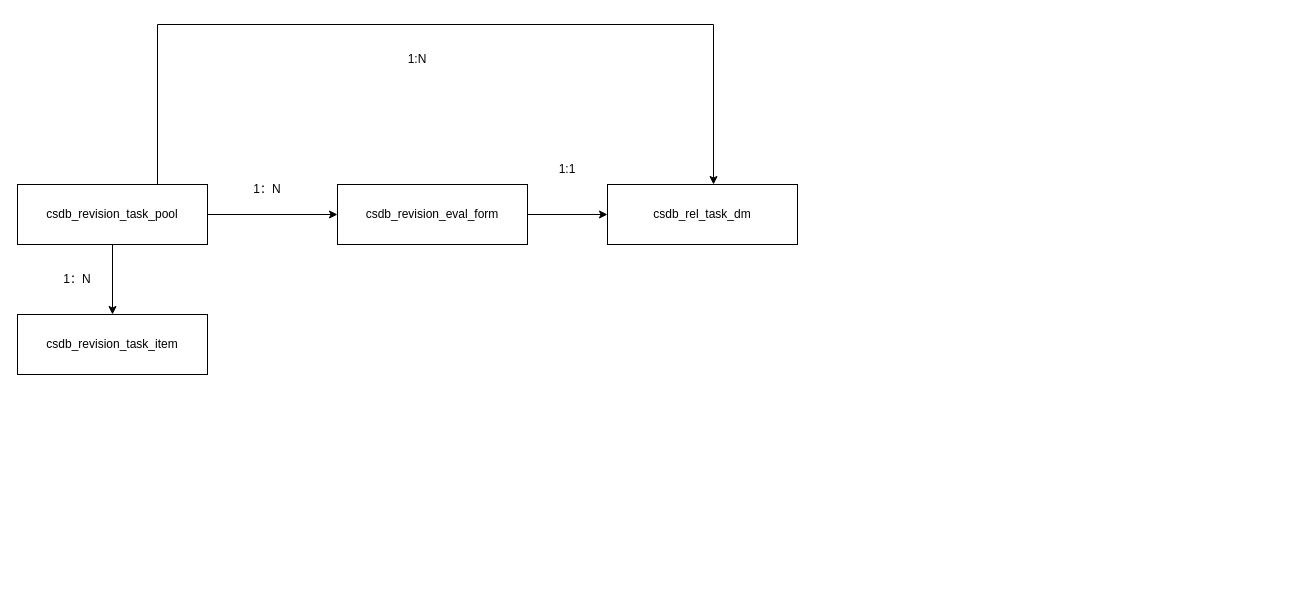
The draw.io diagram csdb/工程更改.drawio in DemonHan/KuickBuy, before the edit. Source tidied: cells renumbered, new cells numbered last; positions are measured from the earlier drawing's top-left corner, leaving out a move shared by most shapes. Both pictures are drawn from the tidied source at 100%, with x=0, y=0 at pixel (17, 24).
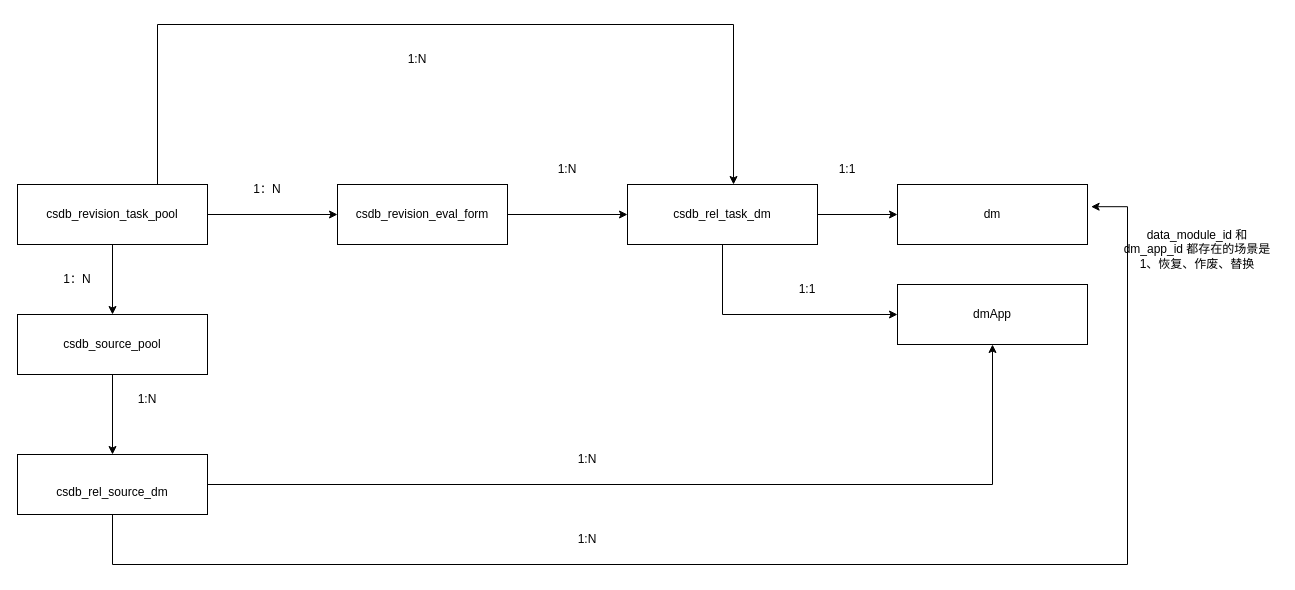
The same page after the edit.

Commit message:
更新工程更改.drawio

The change refers to these unchanged cells:
```xml
<mxCell id="4" value="csdb_revision_task_pool" style="rounded=0;whiteSpace=wrap;html=1;" parent="1" vertex="1">
  <mxGeometry y="160" width="190" height="60" as="geometry" />
</mxCell>
```

Diff of the diagram source:
```diff
@@
+    <mxCell id="14" style="edgeStyle=orthogonalEdgeStyle;rounded=0;jettySize=auto;html=1;entryX=0.5;entryY=0;entryDx=0;entryDy=0;" parent="1" edge="1" source="5" target="24">
+      <mxGeometry relative="1" as="geometry" />
+    </mxCell>
-    <mxCell id="5" value="csdb_revision_task_item" style="rounded=0;whiteSpace=wrap;html=1;" parent="1" vertex="1">
+    <mxCell id="5" value="csdb_source_pool" style="rounded=0;whiteSpace=wrap;html=1;" parent="1" vertex="1">
       <mxGeometry y="290" width="190" height="60" as="geometry" />
     </mxCell>
@@
     <mxCell id="8" value="csdb_revision_eval_form" style="rounded=0;whiteSpace=wrap;html=1;" parent="1" vertex="1">
-      <mxGeometry x="320" y="160" width="190" height="60" as="geometry" />
+      <mxGeometry x="320" y="160" width="170" height="60" as="geometry" />
     </mxCell>
@@
+    <mxCell id="15" style="edgeStyle=orthogonalEdgeStyle;rounded=0;jettySize=auto;html=1;" parent="1" edge="1" source="10" target="16">
+      <mxGeometry relative="1" as="geometry" />
+    </mxCell>
     <mxCell id="10" value="&#10;&lt;article class=&quot;4ever-article&quot;&gt;&#10;&lt;span&gt;&lt;span style=&quot;color:&quot;&gt;csdb_rel_task_dm&lt;/span&gt;&lt;/span&gt;&lt;/article&gt;&#10;&#10;" style="rounded=0;whiteSpace=wrap;html=1;" parent="1" vertex="1">
-      <mxGeometry x="590" y="160" width="190" height="60" as="geometry" />
+      <mxGeometry x="610" y="160" width="190" height="60" as="geometry" />
     </mxCell>
-    <mxCell id="11" value="1:1" style="text;html=1;whiteSpace=wrap;strokeColor=none;fillColor=none;align=center;verticalAlign=middle;rounded=0;" parent="1" vertex="1">
+    <mxCell id="11" value="1:N" style="text;html=1;whiteSpace=wrap;strokeColor=none;fillColor=none;align=center;verticalAlign=middle;rounded=0;" parent="1" vertex="1">
       <mxGeometry x="520" y="130" width="60" height="30" as="geometry" />
     </mxCell>
     <mxCell id="12" style="edgeStyle=orthogonalEdgeStyle;rounded=0;jettySize=auto;html=1;entryX=0.558;entryY=0;entryDx=0;entryDy=0;entryPerimeter=0;" parent="1" edge="1" source="4" target="10">
       <mxGeometry relative="1" as="geometry">
         <Array as="points">
           <mxPoint x="140" />
-          <mxPoint x="696" />
+          <mxPoint x="716" />
         </Array>
       </mxGeometry>
     </mxCell>
@@
+    <mxCell id="16" value="dm" style="rounded=0;whiteSpace=wrap;html=1;" parent="1" vertex="1">
+      <mxGeometry x="880" y="160" width="190" height="60" as="geometry" />
+    </mxCell>
+    <mxCell id="17" value="1:1" style="text;html=1;whiteSpace=wrap;strokeColor=none;fillColor=none;align=center;verticalAlign=middle;rounded=0;" parent="1" vertex="1">
+      <mxGeometry x="800" y="130" width="60" height="30" as="geometry" />
+    </mxCell>
+    <mxCell id="18" value="dmApp" style="rounded=0;whiteSpace=wrap;html=1;" parent="1" vertex="1">
+      <mxGeometry x="880" y="260" width="190" height="60" as="geometry" />
+    </mxCell>
+    <mxCell id="19" style="edgeStyle=orthogonalEdgeStyle;rounded=0;jettySize=auto;html=1;exitX=0.5;exitY=1;exitDx=0;exitDy=0;entryX=0;entryY=0.5;entryDx=0;entryDy=0;" parent="1" edge="1" source="10" target="18">
+      <mxGeometry relative="1" as="geometry" />
+    </mxCell>
+    <mxCell id="20" value="1:1" style="text;html=1;whiteSpace=wrap;strokeColor=none;fillColor=none;align=center;verticalAlign=middle;rounded=0;" parent="1" vertex="1">
+      <mxGeometry x="760" y="250" width="60" height="30" as="geometry" />
+    </mxCell>
+    <mxCell id="21" value="data_module_id 和 dm_app_id 都存在的场景是&lt;br&gt;1、恢复、作废、替换" style="text;html=1;whiteSpace=wrap;strokeColor=none;fillColor=none;align=center;verticalAlign=middle;rounded=0;" parent="1" vertex="1">
+      <mxGeometry x="1100" y="200" width="160" height="50" as="geometry" />
+    </mxCell>
+    <mxCell id="22" style="edgeStyle=orthogonalEdgeStyle;rounded=0;jettySize=auto;html=1;entryX=1.019;entryY=0.37;entryDx=0;entryDy=0;entryPerimeter=0;" parent="1" edge="1" source="24" target="16">
+      <mxGeometry relative="1" as="geometry">
+        <Array as="points">
+          <mxPoint x="95" y="540" />
+          <mxPoint x="1110" y="540" />
+          <mxPoint x="1110" y="182" />
+        </Array>
+      </mxGeometry>
+    </mxCell>
+    <mxCell id="23" style="edgeStyle=orthogonalEdgeStyle;rounded=0;jettySize=auto;html=1;entryX=0.5;entryY=1;entryDx=0;entryDy=0;" parent="1" edge="1" source="24" target="18">
+      <mxGeometry relative="1" as="geometry" />
+    </mxCell>
+    <mxCell id="24" value="&lt;article class=&quot;4ever-article&quot;&gt;&lt;br/&gt;&lt;span&gt;csdb_rel_source_dm&lt;/span&gt;&lt;/article&gt;" style="rounded=0;whiteSpace=wrap;html=1;" parent="1" vertex="1">
+      <mxGeometry y="430" width="190" height="60" as="geometry" />
+    </mxCell>
+    <mxCell id="25" value="1:N" style="text;html=1;whiteSpace=wrap;strokeColor=none;fillColor=none;align=center;verticalAlign=middle;rounded=0;" parent="1" vertex="1">
+      <mxGeometry x="100" y="360" width="60" height="30" as="geometry" />
+    </mxCell>
+    <mxCell id="26" value="1:N" style="text;html=1;whiteSpace=wrap;strokeColor=none;fillColor=none;align=center;verticalAlign=middle;rounded=0;" parent="1" vertex="1">
+      <mxGeometry x="540" y="500" width="60" height="30" as="geometry" />
+    </mxCell>
+    <mxCell id="27" value="1:N" style="text;html=1;whiteSpace=wrap;strokeColor=none;fillColor=none;align=center;verticalAlign=middle;rounded=0;" parent="1" vertex="1">
+      <mxGeometry x="540" y="420" width="60" height="30" as="geometry" />
+    </mxCell>
```
